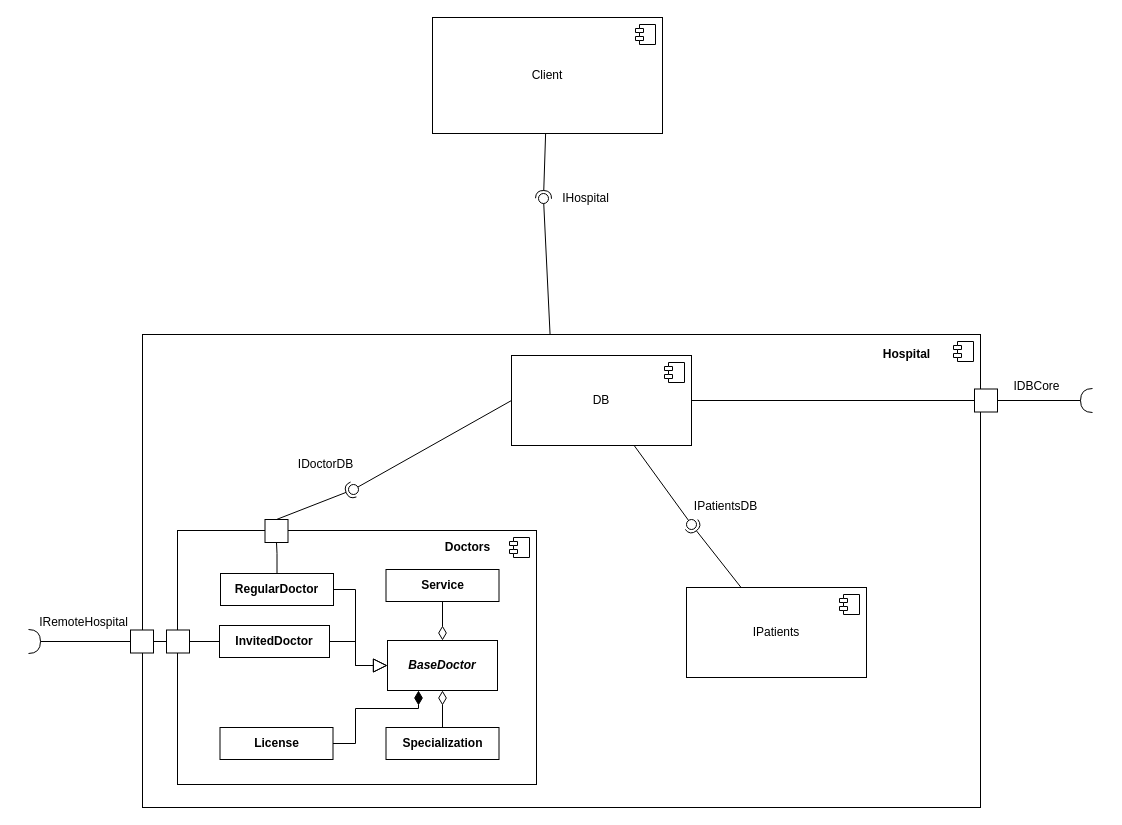
Above: page "компонентов" (9 of 10) of 4 лаба (2).drawio in Encorsio23/OOAPGovorovMikhailitsinMuslimov (draw.io), before the change. Source tidied: cells renumbered, new cells numbered last; positions are measured from the earlier drawing's top-left corner, leaving out a move shared by most shapes. Both pictures are drawn from the tidied source at 100%, with x=0, y=0 at pixel (28, 17).
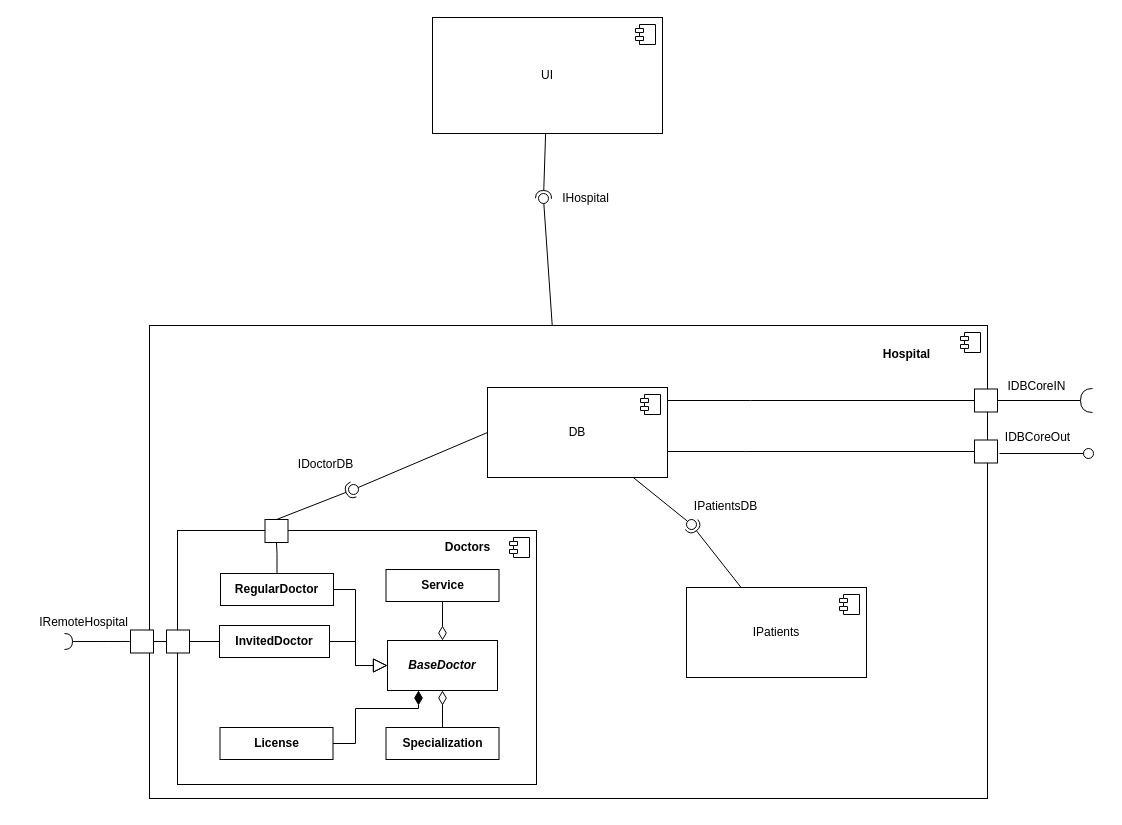
After the change.

The change refers to these unchanged cells:
```xml
<mxCell id="23" style="whiteSpace=wrap;html=1;" parent="1" vertex="1">
  <mxGeometry x="102" y="612.5" width="23" height="23" as="geometry" />
</mxCell>
<mxCell id="30" style="whiteSpace=wrap;html=1;" parent="1" vertex="1">
  <mxGeometry x="946" y="371.5" width="23" height="23" as="geometry" />
</mxCell>
```

Change to the diagram source:
```diff
@@
     <mxCell id="2" style="html=1;whiteSpace=wrap;" parent="1" vertex="1">
-      <mxGeometry x="114" y="317" width="838" height="473" as="geometry" />
+      <mxGeometry x="121" y="308" width="838" height="473" as="geometry" />
     </mxCell>
@@
+    <mxCell id="48" style="rounded=0;orthogonalLoop=1;jettySize=auto;html=1;endArrow=oval;endFill=0;sketch=0;sourcePerimeterSpacing=0;targetPerimeterSpacing=0;endSize=10;exitX=0;exitY=0.5;exitDx=0;exitDy=0;" parent="1" edge="1">
+      <mxGeometry relative="1" as="geometry">
+        <mxPoint x="971" y="436" as="sourcePoint" />
+        <mxPoint x="1060" y="436" as="targetPoint" />
+      </mxGeometry>
+    </mxCell>
@@
     <mxCell id="27" style="edgeStyle=orthogonalEdgeStyle;rounded=0;jettySize=auto;html=1;endArrow=none;endFill=0;" parent="1" edge="1" source="28" target="30">
-      <mxGeometry relative="1" as="geometry" />
+      <mxGeometry relative="1" as="geometry">
+        <Array as="points">
+          <mxPoint x="722" y="383" />
+          <mxPoint x="722" y="383" />
+        </Array>
+      </mxGeometry>
     </mxCell>
     <mxCell id="28" value="DB" style="html=1;whiteSpace=wrap;" parent="1" vertex="1">
-      <mxGeometry x="483" y="338" width="180" height="90" as="geometry" />
+      <mxGeometry x="459" y="370" width="180" height="90" as="geometry" />
     </mxCell>
@@
-    <mxCell id="32" value="IDBCore" style="text;html=1;align=center;verticalAlign=middle;strokeColor=none;fillColor=none;" parent="1" vertex="1">
-      <mxGeometry x="976" y="356" width="64" height="26" as="geometry" />
+    <mxCell id="32" value="IDBCoreIN" style="text;html=1;align=center;verticalAlign=middle;strokeColor=none;fillColor=none;" parent="1" vertex="1">
+      <mxGeometry x="970" y="356" width="76" height="26" as="geometry" />
     </mxCell>
@@
-    <mxCell id="35" value="Client" style="html=1;whiteSpace=wrap;" parent="1" vertex="1">
+    <mxCell id="35" value="UI" style="html=1;whiteSpace=wrap;" parent="1" vertex="1">
       <mxGeometry x="404" width="230" height="116" as="geometry" />
     </mxCell>
@@
-    <mxCell id="47" style="rounded=0;jettySize=auto;html=1;endArrow=halfCircle;endFill=0;sketch=0;sourcePerimeterSpacing=0;targetPerimeterSpacing=0;endSize=10;exitX=0;exitY=0.5;exitDx=0;exitDy=0;" parent="1" edge="1" source="23">
-      <mxGeometry relative="1" as="geometry">
-        <mxPoint y="624" as="targetPoint" />
-      </mxGeometry>
-    </mxCell>
+    <mxCell id="49" style="edgeStyle=orthogonalEdgeStyle;rounded=0;jettySize=auto;html=1;endArrow=none;endFill=0;" parent="1" edge="1" source="50" target="28">
+      <mxGeometry relative="1" as="geometry">
+        <Array as="points">
+          <mxPoint x="717" y="434" />
+          <mxPoint x="717" y="434" />
+        </Array>
+      </mxGeometry>
+    </mxCell>
+    <mxCell id="50" style="whiteSpace=wrap;html=1;" parent="1" vertex="1">
+      <mxGeometry x="946" y="422.5" width="23" height="23" as="geometry" />
+    </mxCell>
+    <mxCell id="51" value="IDBCoreOut" style="text;html=1;align=center;verticalAlign=middle;strokeColor=none;fillColor=none;" parent="1" vertex="1">
+      <mxGeometry x="967" y="407" width="83" height="26" as="geometry" />
+    </mxCell>
+    <mxCell id="52" style="rounded=0;jettySize=auto;html=1;endArrow=halfCircle;endFill=0;endSize=6;strokeWidth=1;sketch=0;fontSize=12;curved=1;exitX=0;exitY=0.5;exitDx=0;exitDy=0;" parent="1" edge="1" source="23">
+      <mxGeometry relative="1" as="geometry">
+        <mxPoint x="36" y="624" as="targetPoint" />
+      </mxGeometry>
+    </mxCell>
+    <mxCell id="53" style="ellipse;whiteSpace=wrap;html=1;align=center;fillColor=none;strokeColor=none;perimeter=centerPerimeter;" parent="1" vertex="1">
+      <mxGeometry x="469" y="484" width="10" height="10" as="geometry" />
+    </mxCell>
```
